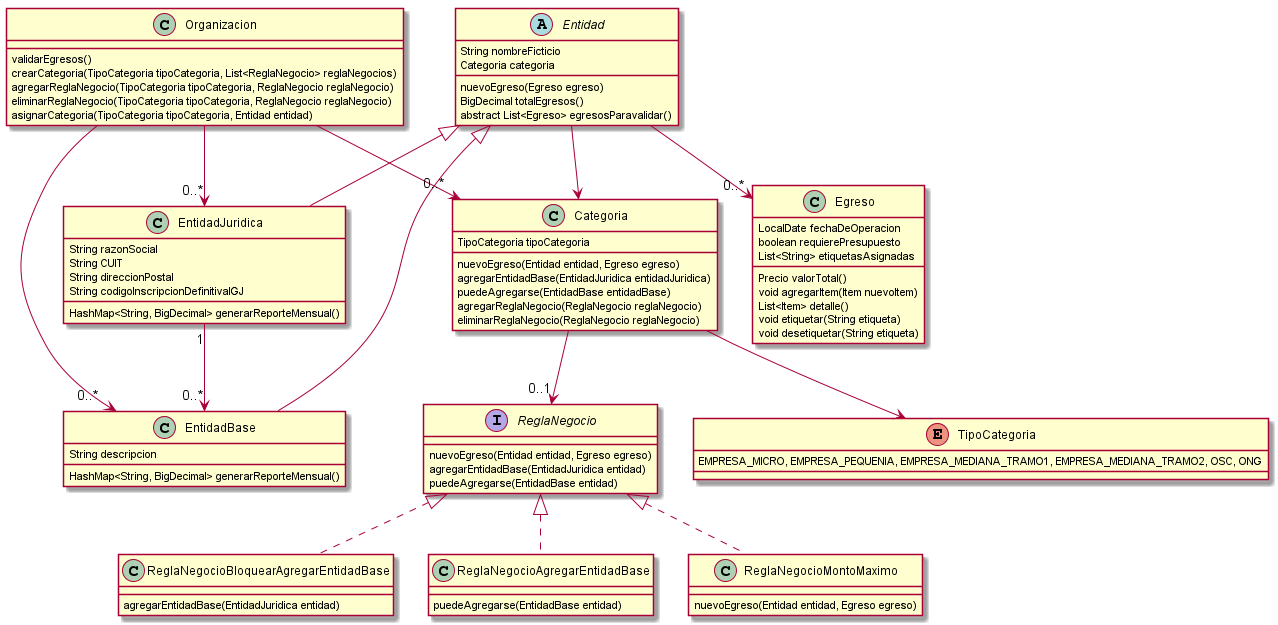
Before: tp-anual/documentación/Entrega 3/GeSoc_E3_Simplificado.png, a diagram exported from PlantUML (SebaAmt/GeSoc-TP-DDS-2020-Java-HTML-CSS-Hibernate-).
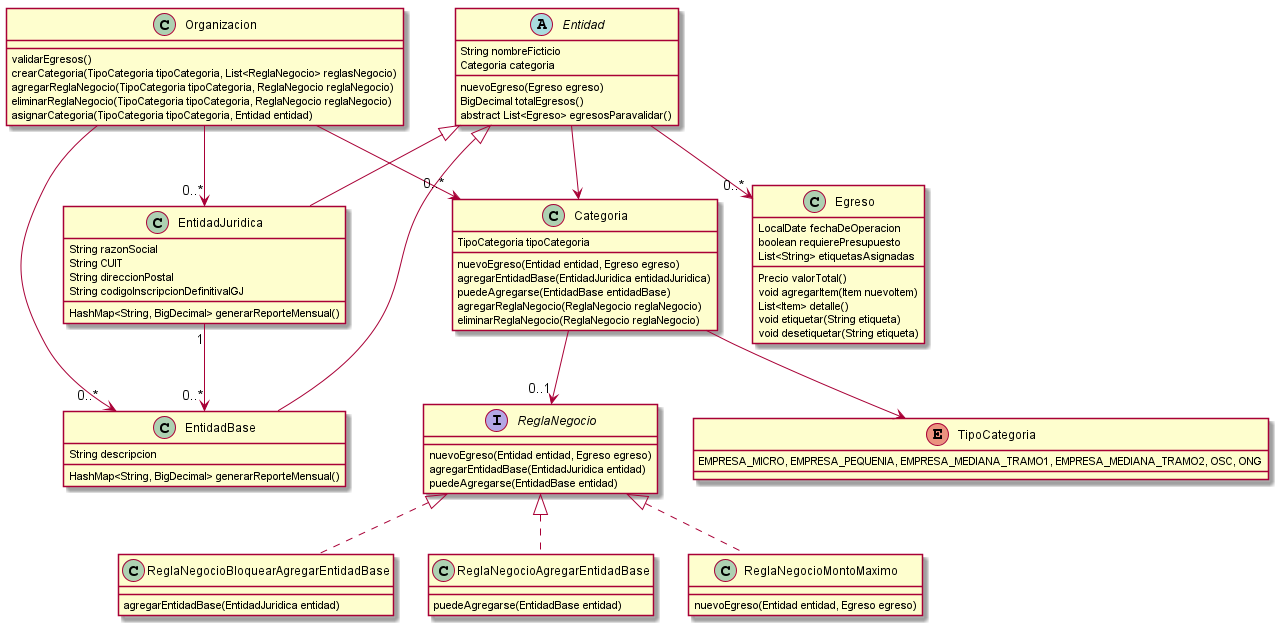
Later version of the same file.

Commit message:
Issue #36: corrijo el plural 'reglasNegocio'

The edit, as a diff of the source:
```diff
@@ -2,7 +2,7 @@
 
 class Organizacion {
   validarEgresos()
-  crearCategoria(TipoCategoria tipoCategoria, List<ReglaNegocio> reglaNegocios)
+  crearCategoria(TipoCategoria tipoCategoria, List<ReglaNegocio> reglasNegocio)
   agregarReglaNegocio(TipoCategoria tipoCategoria, ReglaNegocio reglaNegocio)
   eliminarReglaNegocio(TipoCategoria tipoCategoria, ReglaNegocio reglaNegocio)
   asignarCategoria(TipoCategoria tipoCategoria, Entidad entidad)
```
